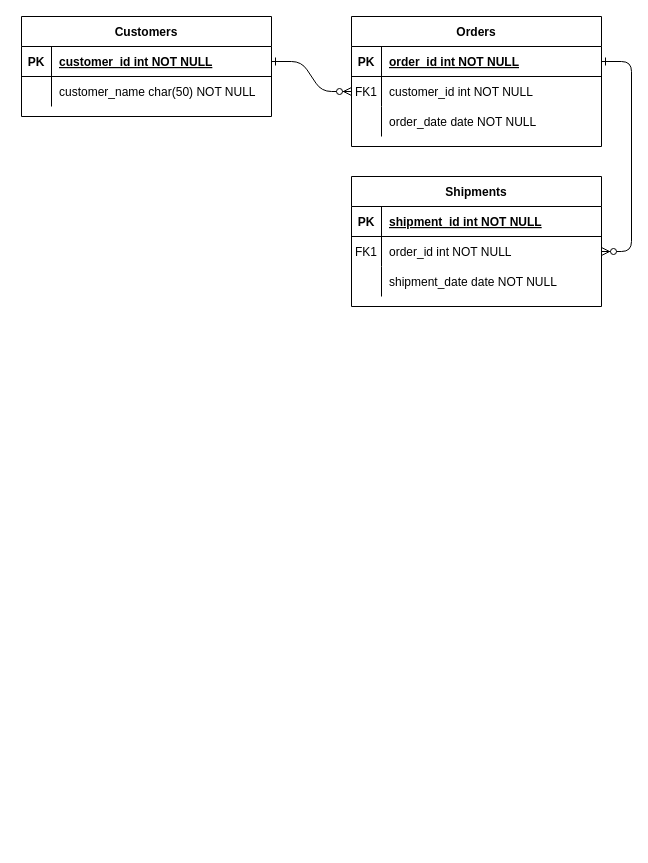
Earlier version of the draw.io diagram 사전설계/Untitled Diagram.drawio (seo-jp/KnockKnock). Source tidied: cells renumbered, new cells numbered last; positions are measured from the earlier drawing's top-left corner, leaving out a move shared by most shapes. Both pictures are drawn from the tidied source at 100%, with x=0, y=0 at pixel (21, 16).
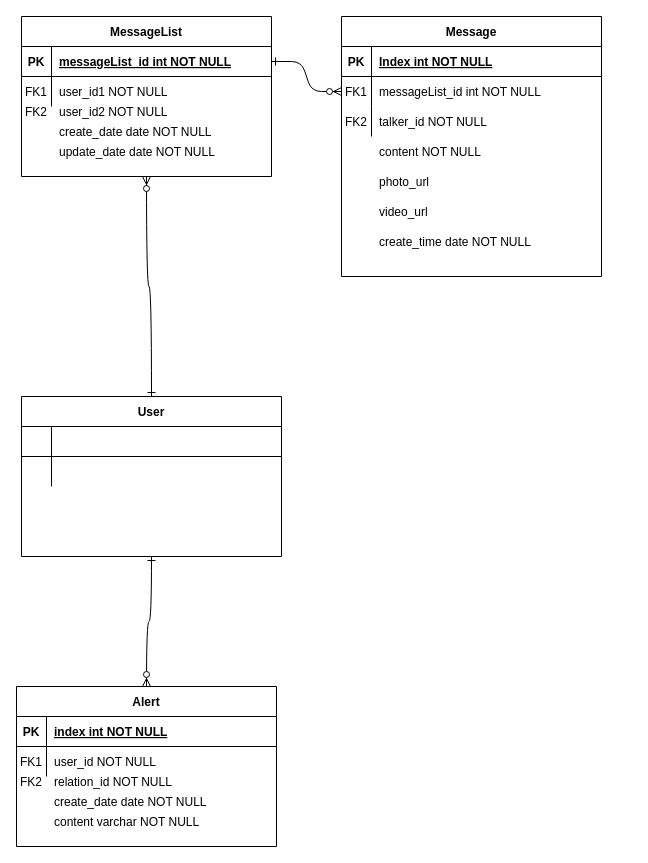
Above is the later version.

The change refers to these unchanged cells:
```xml
<mxCell id="25" style="shape=partialRectangle;fillColor=none;points=[[0,0.5],[1,0.5]];portConstraint=eastwest;top=0;left=0;right=0;bottom=1;" parent="24" vertex="1">
  <mxGeometry y="30" width="250" height="30" as="geometry" />
</mxCell>
<mxCell id="28" style="shape=partialRectangle;fillColor=none;top=0;left=0;right=0;bottom=0;" parent="24" vertex="1">
  <mxGeometry y="60" width="250" height="30" as="geometry" />
</mxCell>
```

Diff of the diagram source:
```diff
@@
-    <mxCell id="3" style="edgeStyle=entityRelationEdgeStyle;endArrow=ERzeroToMany;startArrow=ERone;endFill=1;startFill=0;" parent="1" edge="1" source="5" target="18">
-      <mxGeometry relative="1" as="geometry" />
-    </mxCell>
-    <mxCell id="4" value="Orders" style="shape=table;startSize=30;childLayout=tableLayout;rowLines=0;fontStyle=1;align=center;" parent="1" vertex="1">
-      <mxGeometry x="330" width="250" height="130" as="geometry" />
+    <mxCell id="4" value="Message" style="shape=table;startSize=30;childLayout=tableLayout;rowLines=0;fontStyle=1;align=center;" parent="1" vertex="1">
+      <mxGeometry x="320" width="260" height="260" as="geometry" />
     </mxCell>
     <mxCell id="5" style="shape=partialRectangle;fillColor=none;points=[[0,0.5],[1,0.5]];portConstraint=eastwest;top=0;left=0;right=0;bottom=1;" parent="4" vertex="1">
-      <mxGeometry y="30" width="250" height="30" as="geometry" />
+      <mxGeometry y="30" width="260" height="30" as="geometry" />
     </mxCell>
@@
-    <mxCell id="7" value="order_id int NOT NULL " style="shape=partialRectangle;overflow=hidden;fillColor=none;top=0;left=0;bottom=0;right=0;align=left;spacingLeft=6;fontStyle=5;" parent="5" vertex="1">
-      <mxGeometry x="30" width="220" height="30" as="geometry" />
+    <mxCell id="7" value="Index int NOT NULL" style="shape=partialRectangle;overflow=hidden;fillColor=none;top=0;left=0;bottom=0;right=0;align=left;spacingLeft=6;fontStyle=5;" parent="5" vertex="1">
+      <mxGeometry x="30" width="230" height="30" as="geometry" />
     </mxCell>
     <mxCell id="8" style="shape=partialRectangle;fillColor=none;points=[[0,0.5],[1,0.5]];portConstraint=eastwest;top=0;left=0;right=0;bottom=0;" parent="4" vertex="1">
-      <mxGeometry y="60" width="250" height="30" as="geometry" />
+      <mxGeometry y="60" width="260" height="30" as="geometry" />
     </mxCell>
@@
-    <mxCell id="10" value="customer_id int NOT NULL" style="shape=partialRectangle;overflow=hidden;fillColor=none;top=0;left=0;bottom=0;right=0;align=left;spacingLeft=6;" parent="8" vertex="1">
-      <mxGeometry x="30" width="220" height="30" as="geometry" />
+    <mxCell id="10" value="messageList_id int NOT NULL" style="shape=partialRectangle;overflow=hidden;fillColor=none;top=0;left=0;bottom=0;right=0;align=left;spacingLeft=6;" parent="8" vertex="1">
+      <mxGeometry x="30" width="230" height="30" as="geometry" />
     </mxCell>
     <mxCell id="11" style="shape=partialRectangle;fillColor=none;top=0;left=0;right=0;bottom=0;" parent="4" vertex="1">
-      <mxGeometry y="90" width="250" height="30" as="geometry" />
+      <mxGeometry y="90" width="260" height="30" as="geometry" />
     </mxCell>
@@
-    <mxCell id="13" value="order_date date NOT NULL" style="shape=partialRectangle;overflow=hidden;fillColor=none;top=0;left=0;bottom=0;right=0;align=left;spacingLeft=6;" parent="11" vertex="1">
-      <mxGeometry x="30" width="220" height="30" as="geometry" />
+    <mxCell id="13" style="shape=partialRectangle;overflow=hidden;fillColor=none;top=0;left=0;bottom=0;right=0;align=left;spacingLeft=6;" parent="11" vertex="1">
+      <mxGeometry x="30" width="230" height="30" as="geometry" />
     </mxCell>
-    <mxCell id="14" value="Shipments" style="shape=table;startSize=30;childLayout=tableLayout;rowLines=0;fontStyle=1;align=center;" parent="1" vertex="1">
-      <mxGeometry x="330" y="160" width="250" height="130" as="geometry" />
-    </mxCell>
-    <mxCell id="15" style="shape=partialRectangle;fillColor=none;top=0;left=0;right=0;bottom=1;" parent="14" vertex="1">
-      <mxGeometry y="30" width="250" height="30" as="geometry" />
-    </mxCell>
-    <mxCell id="16" value="PK" style="shape=partialRectangle;overflow=hidden;fillColor=none;top=0;left=0;bottom=0;right=0;fontStyle=1;" parent="15" vertex="1">
-      <mxGeometry width="30" height="30" as="geometry" />
-    </mxCell>
-    <mxCell id="17" value="shipment_id int NOT NULL " style="shape=partialRectangle;overflow=hidden;fillColor=none;top=0;left=0;bottom=0;right=0;align=left;spacingLeft=6;fontStyle=5;" parent="15" vertex="1">
-      <mxGeometry x="30" width="220" height="30" as="geometry" />
-    </mxCell>
-    <mxCell id="18" style="shape=partialRectangle;fillColor=none;points=[[0,0.5],[1,0.5]];portConstraint=eastwest;top=0;left=0;right=0;bottom=0;" parent="14" vertex="1">
-      <mxGeometry y="60" width="250" height="30" as="geometry" />
-    </mxCell>
-    <mxCell id="19" value="FK1" style="shape=partialRectangle;overflow=hidden;fillColor=none;top=0;left=0;bottom=0;right=0;" parent="18" vertex="1">
-      <mxGeometry width="30" height="30" as="geometry" />
-    </mxCell>
-    <mxCell id="20" value="order_id int NOT NULL" style="shape=partialRectangle;overflow=hidden;fillColor=none;top=0;left=0;bottom=0;right=0;align=left;spacingLeft=6;" parent="18" vertex="1">
-      <mxGeometry x="30" width="220" height="30" as="geometry" />
-    </mxCell>
-    <mxCell id="21" style="shape=partialRectangle;fillColor=none;top=0;left=0;right=0;bottom=0;" parent="14" vertex="1">
-      <mxGeometry y="90" width="250" height="30" as="geometry" />
-    </mxCell>
-    <mxCell id="22" style="shape=partialRectangle;overflow=hidden;fillColor=none;top=0;left=0;bottom=0;right=0;" parent="21" vertex="1">
-      <mxGeometry width="30" height="30" as="geometry" />
-    </mxCell>
-    <mxCell id="23" value="shipment_date date NOT NULL" style="shape=partialRectangle;overflow=hidden;fillColor=none;top=0;left=0;bottom=0;right=0;align=left;spacingLeft=6;" parent="21" vertex="1">
-      <mxGeometry x="30" width="220" height="30" as="geometry" />
-    </mxCell>
+    <mxCell id="31" style="edgeStyle=orthogonalEdgeStyle;rounded=0;jettySize=auto;html=1;entryX=0.5;entryY=0;entryDx=0;entryDy=0;curved=1;endArrow=ERone;endFill=0;startArrow=ERzeroToMany;startFill=1;" parent="1" edge="1" source="24" target="48">
+      <mxGeometry relative="1" as="geometry" />
+    </mxCell>
-    <mxCell id="24" value="Customers" style="shape=table;startSize=30;childLayout=tableLayout;rowLines=0;fontStyle=1;align=center;" parent="1" vertex="1">
-      <mxGeometry width="250" height="100" as="geometry" />
+    <mxCell id="24" value="MessageList" style="shape=table;startSize=30;childLayout=tableLayout;rowLines=0;fontStyle=1;align=center;" parent="1" vertex="1">
+      <mxGeometry width="250" height="160" as="geometry" />
     </mxCell>
@@
-    <mxCell id="27" value="customer_id int NOT NULL " style="shape=partialRectangle;overflow=hidden;fillColor=none;top=0;left=0;bottom=0;right=0;align=left;spacingLeft=6;fontStyle=5;" parent="25" vertex="1">
+    <mxCell id="27" value="messageList_id int NOT NULL" style="shape=partialRectangle;overflow=hidden;fillColor=none;top=0;left=0;bottom=0;right=0;align=left;spacingLeft=6;fontStyle=5;" parent="25" vertex="1">
       <mxGeometry x="30" width="220" height="30" as="geometry" />
     </mxCell>
@@
-    <mxCell id="29" style="shape=partialRectangle;overflow=hidden;fillColor=none;top=0;left=0;bottom=0;right=0;" parent="28" vertex="1">
+    <mxCell id="29" value="FK1" style="shape=partialRectangle;overflow=hidden;fillColor=none;top=0;left=0;bottom=0;right=0;" parent="28" vertex="1">
       <mxGeometry width="30" height="30" as="geometry" />
     </mxCell>
-    <mxCell id="30" value="customer_name char(50) NOT NULL" style="shape=partialRectangle;overflow=hidden;fillColor=none;top=0;left=0;bottom=0;right=0;align=left;spacingLeft=6;" parent="28" vertex="1">
+    <mxCell id="30" value="user_id1 NOT NULL" style="shape=partialRectangle;overflow=hidden;fillColor=none;top=0;left=0;bottom=0;right=0;align=left;spacingLeft=6;" parent="28" vertex="1">
       <mxGeometry x="30" width="220" height="30" as="geometry" />
     </mxCell>
+    <mxCell id="32" value="FK2" style="shape=partialRectangle;overflow=hidden;fillColor=none;top=0;left=0;bottom=0;right=0;" parent="1" vertex="1">
+      <mxGeometry y="80" width="30" height="30" as="geometry" />
+    </mxCell>
+    <mxCell id="33" value="user_id2 NOT NULL" style="shape=partialRectangle;overflow=hidden;fillColor=none;top=0;left=0;bottom=0;right=0;align=left;spacingLeft=6;" parent="1" vertex="1">
+      <mxGeometry x="30" y="80" width="220" height="30" as="geometry" />
+    </mxCell>
+    <mxCell id="34" value="create_date date NOT NULL" style="shape=partialRectangle;overflow=hidden;fillColor=none;top=0;left=0;bottom=0;right=0;align=left;spacingLeft=6;" parent="1" vertex="1">
+      <mxGeometry x="30" y="100" width="220" height="30" as="geometry" />
+    </mxCell>
+    <mxCell id="35" value="update_date date NOT NULL" style="shape=partialRectangle;overflow=hidden;fillColor=none;top=0;left=0;bottom=0;right=0;align=left;spacingLeft=6;" parent="1" vertex="1">
+      <mxGeometry x="30" y="120" width="220" height="30" as="geometry" />
+    </mxCell>
+    <mxCell id="36" value="FK2" style="shape=partialRectangle;overflow=hidden;fillColor=none;top=0;left=0;bottom=0;right=0;" parent="1" vertex="1">
+      <mxGeometry x="320" y="90" width="30" height="30" as="geometry" />
+    </mxCell>
+    <mxCell id="37" value="talker_id NOT NULL" style="shape=partialRectangle;overflow=hidden;fillColor=none;top=0;left=0;bottom=0;right=0;align=left;spacingLeft=6;" parent="1" vertex="1">
+      <mxGeometry x="350" y="90" width="220" height="30" as="geometry" />
+    </mxCell>
+    <mxCell id="38" value="content NOT NULL" style="shape=partialRectangle;overflow=hidden;fillColor=none;top=0;left=0;bottom=0;right=0;align=left;spacingLeft=6;" parent="1" vertex="1">
+      <mxGeometry x="350" y="120" width="220" height="30" as="geometry" />
+    </mxCell>
+    <mxCell id="39" value="create_time date NOT NULL" style="shape=partialRectangle;overflow=hidden;fillColor=none;top=0;left=0;bottom=0;right=0;align=left;spacingLeft=6;" parent="1" vertex="1">
+      <mxGeometry x="350" y="210" width="220" height="30" as="geometry" />
+    </mxCell>
+    <mxCell id="40" value="video_url" style="shape=partialRectangle;overflow=hidden;fillColor=none;top=0;left=0;bottom=0;right=0;align=left;spacingLeft=6;" parent="1" vertex="1">
+      <mxGeometry x="350" y="180" width="220" height="30" as="geometry" />
+    </mxCell>
+    <mxCell id="41" value="photo_url" style="shape=partialRectangle;overflow=hidden;fillColor=none;top=0;left=0;bottom=0;right=0;align=left;spacingLeft=6;" parent="1" vertex="1">
+      <mxGeometry x="350" y="150" width="220" height="30" as="geometry" />
+    </mxCell>
+    <mxCell id="42" value="Alert" style="shape=table;startSize=30;childLayout=tableLayout;rowLines=0;fontStyle=1;align=center;" parent="1" vertex="1">
+      <mxGeometry x="-5" y="670" width="260" height="160" as="geometry" />
+    </mxCell>
+    <mxCell id="43" style="shape=partialRectangle;fillColor=none;top=0;left=0;right=0;bottom=1;" parent="42" vertex="1">
+      <mxGeometry y="30" width="260" height="30" as="geometry" />
+    </mxCell>
+    <mxCell id="16" value="PK" style="shape=partialRectangle;overflow=hidden;fillColor=none;top=0;left=0;bottom=0;right=0;fontStyle=1;" parent="43" vertex="1">
+      <mxGeometry width="30" height="30" as="geometry" />
+    </mxCell>
+    <mxCell id="44" value="index int NOT NULL" style="shape=partialRectangle;overflow=hidden;fillColor=none;top=0;left=0;bottom=0;right=0;align=left;spacingLeft=6;fontStyle=5;" parent="43" vertex="1">
+      <mxGeometry x="30" width="230" height="30" as="geometry" />
+    </mxCell>
+    <mxCell id="45" style="shape=partialRectangle;fillColor=none;top=0;left=0;right=0;bottom=0;" parent="42" vertex="1">
+      <mxGeometry y="60" width="260" height="30" as="geometry" />
+    </mxCell>
+    <mxCell id="19" value="FK1" style="shape=partialRectangle;overflow=hidden;fillColor=none;top=0;left=0;bottom=0;right=0;" parent="45" vertex="1">
+      <mxGeometry width="30" height="30" as="geometry" />
+    </mxCell>
+    <mxCell id="46" value="user_id NOT NULL" style="shape=partialRectangle;overflow=hidden;fillColor=none;top=0;left=0;bottom=0;right=0;align=left;spacingLeft=6;" parent="45" vertex="1">
+      <mxGeometry x="30" width="230" height="30" as="geometry" />
+    </mxCell>
+    <mxCell id="47" style="edgeStyle=orthogonalEdgeStyle;curved=1;rounded=0;jettySize=auto;html=1;entryX=0.5;entryY=0;entryDx=0;entryDy=0;startArrow=ERone;startFill=0;endArrow=ERzeroToMany;endFill=1;" parent="1" edge="1" source="48" target="42">
+      <mxGeometry relative="1" as="geometry" />
+    </mxCell>
+    <mxCell id="48" value="User" style="shape=table;startSize=30;childLayout=tableLayout;rowLines=0;fontStyle=1;align=center;" parent="1" vertex="1">
+      <mxGeometry y="380" width="260" height="160" as="geometry" />
+    </mxCell>
+    <mxCell id="49" style="shape=partialRectangle;fillColor=none;top=0;left=0;right=0;bottom=1;" parent="48" vertex="1">
+      <mxGeometry y="30" width="260" height="30" as="geometry" />
+    </mxCell>
+    <mxCell id="50" style="shape=partialRectangle;overflow=hidden;fillColor=none;top=0;left=0;bottom=0;right=0;fontStyle=1;" parent="49" vertex="1">
+      <mxGeometry width="30" height="30" as="geometry" />
+    </mxCell>
+    <mxCell id="51" style="shape=partialRectangle;overflow=hidden;fillColor=none;top=0;left=0;bottom=0;right=0;align=left;spacingLeft=6;fontStyle=5;" parent="49" vertex="1">
+      <mxGeometry x="30" width="230" height="30" as="geometry" />
+    </mxCell>
+    <mxCell id="52" style="shape=partialRectangle;fillColor=none;top=0;left=0;right=0;bottom=0;" parent="48" vertex="1">
+      <mxGeometry y="60" width="260" height="30" as="geometry" />
+    </mxCell>
+    <mxCell id="22" style="shape=partialRectangle;overflow=hidden;fillColor=none;top=0;left=0;bottom=0;right=0;" parent="52" vertex="1">
+      <mxGeometry width="30" height="30" as="geometry" />
+    </mxCell>
+    <mxCell id="53" style="shape=partialRectangle;overflow=hidden;fillColor=none;top=0;left=0;bottom=0;right=0;align=left;spacingLeft=6;" parent="52" vertex="1">
+      <mxGeometry x="30" width="230" height="30" as="geometry" />
+    </mxCell>
+    <mxCell id="54" value="FK2" style="shape=partialRectangle;overflow=hidden;fillColor=none;top=0;left=0;bottom=0;right=0;" parent="1" vertex="1">
+      <mxGeometry x="-5" y="730" width="30" height="70" as="geometry" />
+    </mxCell>
+    <mxCell id="55" value="relation_id NOT NULL" style="shape=partialRectangle;overflow=hidden;fillColor=none;top=0;left=0;bottom=0;right=0;align=left;spacingLeft=6;" parent="1" vertex="1">
+      <mxGeometry x="25" y="750" width="230" height="30" as="geometry" />
+    </mxCell>
+    <mxCell id="56" value="create_date date NOT NULL" style="shape=partialRectangle;overflow=hidden;fillColor=none;top=0;left=0;bottom=0;right=0;align=left;spacingLeft=6;" parent="1" vertex="1">
+      <mxGeometry x="25" y="770" width="230" height="30" as="geometry" />
+    </mxCell>
+    <mxCell id="57" value="content varchar NOT NULL" style="shape=partialRectangle;overflow=hidden;fillColor=none;top=0;left=0;bottom=0;right=0;align=left;spacingLeft=6;" parent="1" vertex="1">
+      <mxGeometry x="25" y="790" width="230" height="30" as="geometry" />
+    </mxCell>
```
